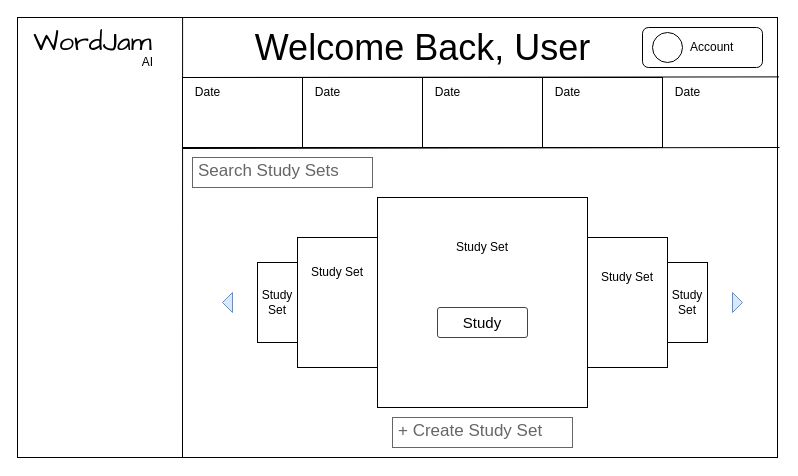
The draw.io diagram page "Homepage" (2 of 7) of 460prototype.drawio in mmeiser19/cpsc460, before the edit. Source tidied: cells renumbered, new cells numbered last; positions are measured from the earlier drawing's top-left corner, leaving out a move shared by most shapes. Both pictures are drawn from the tidied source at 100%, with x=0, y=0 at pixel (17, 17).
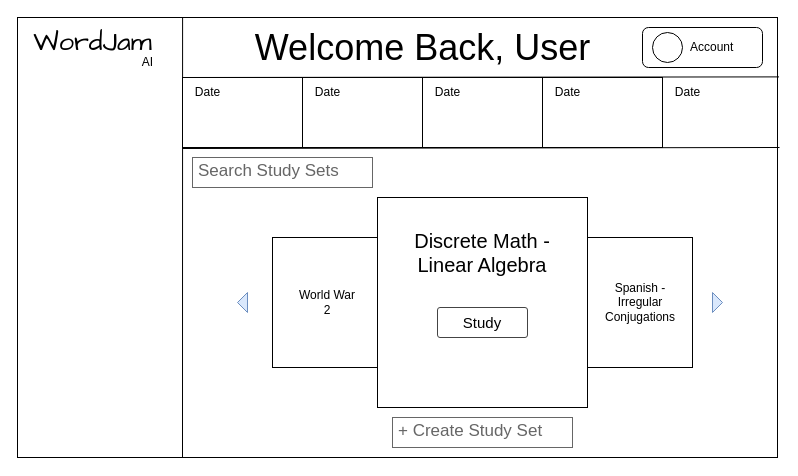
Above is the later version.

Commit message (it also covers changes not shown here):
Added variations of the homepage when user scrolls through study topics

Diff of the diagram source:
```diff
@@
     <mxCell id="21" style="rounded=0;whiteSpace=wrap;html=1;" parent="1" vertex="1">
-      <mxGeometry x="280" y="220" width="80" height="130" as="geometry" />
+      <mxGeometry x="255" y="220" width="105" height="130" as="geometry" />
     </mxCell>
     <mxCell id="22" style="rounded=0;whiteSpace=wrap;html=1;" parent="1" vertex="1">
-      <mxGeometry x="570" y="220" width="80" height="130" as="geometry" />
+      <mxGeometry x="570" y="220" width="105" height="130" as="geometry" />
     </mxCell>
-    <mxCell id="23" style="rounded=0;whiteSpace=wrap;html=1;" parent="1" vertex="1">
-      <mxGeometry x="650" y="245" width="40" height="80" as="geometry" />
-    </mxCell>
-    <mxCell id="24" style="rounded=0;whiteSpace=wrap;html=1;" parent="1" vertex="1">
-      <mxGeometry x="240" y="245" width="40" height="80" as="geometry" />
-    </mxCell>
     <mxCell id="25" style="triangle;whiteSpace=wrap;html=1;fillColor=#dae8fc;strokeColor=#6c8ebf;" parent="1" vertex="1">
-      <mxGeometry x="715" y="275" width="10" height="20" as="geometry" />
+      <mxGeometry x="695" y="275" width="10" height="20" as="geometry" />
     </mxCell>
     <mxCell id="26" style="triangle;whiteSpace=wrap;html=1;fillColor=#dae8fc;strokeColor=#6c8ebf;direction=west;" parent="1" vertex="1">
-      <mxGeometry x="205" y="275" width="10" height="20" as="geometry" />
+      <mxGeometry x="220" y="275" width="10" height="20" as="geometry" />
     </mxCell>
-    <mxCell id="27" value="Study Set" style="text;html=1;strokeColor=none;fillColor=none;align=center;verticalAlign=middle;whiteSpace=wrap;rounded=0;" parent="1" vertex="1">
-      <mxGeometry x="435" y="215" width="60" height="30" as="geometry" />
+    <mxCell id="27" value="&lt;font style=&quot;font-size: 20px;&quot;&gt;Discrete Math - Linear Algebra&lt;/font&gt;" style="text;html=1;strokeColor=none;fillColor=none;align=center;verticalAlign=middle;whiteSpace=wrap;rounded=0;" parent="1" vertex="1">
+      <mxGeometry x="395" y="220" width="140" height="30" as="geometry" />
     </mxCell>
-    <mxCell id="28" value="Study Set" style="text;html=1;strokeColor=none;fillColor=none;align=center;verticalAlign=middle;whiteSpace=wrap;rounded=0;" parent="1" vertex="1">
-      <mxGeometry x="580" y="245" width="60" height="30" as="geometry" />
+    <mxCell id="28" value="Spanish - Irregular Conjugations" style="text;html=1;strokeColor=none;fillColor=none;align=center;verticalAlign=middle;whiteSpace=wrap;rounded=0;" parent="1" vertex="1">
+      <mxGeometry x="592.5" y="270" width="60" height="30" as="geometry" />
     </mxCell>
-    <mxCell id="29" value="Study Set" style="text;html=1;strokeColor=none;fillColor=none;align=center;verticalAlign=middle;whiteSpace=wrap;rounded=0;" parent="1" vertex="1">
-      <mxGeometry x="290" y="240" width="60" height="30" as="geometry" />
+    <mxCell id="29" value="World War 2" style="text;html=1;strokeColor=none;fillColor=none;align=center;verticalAlign=middle;whiteSpace=wrap;rounded=0;" parent="1" vertex="1">
+      <mxGeometry x="280" y="270" width="60" height="30" as="geometry" />
     </mxCell>
-    <mxCell id="30" value="Study Set" style="text;html=1;strokeColor=none;fillColor=none;align=center;verticalAlign=middle;whiteSpace=wrap;rounded=0;" parent="1" vertex="1">
-      <mxGeometry x="655" y="270" width="30" height="30" as="geometry" />
-    </mxCell>
-    <mxCell id="31" value="Study Set" style="text;html=1;strokeColor=none;fillColor=none;align=center;verticalAlign=middle;whiteSpace=wrap;rounded=0;" parent="1" vertex="1">
-      <mxGeometry x="245" y="270" width="30" height="30" as="geometry" />
-    </mxCell>
```
